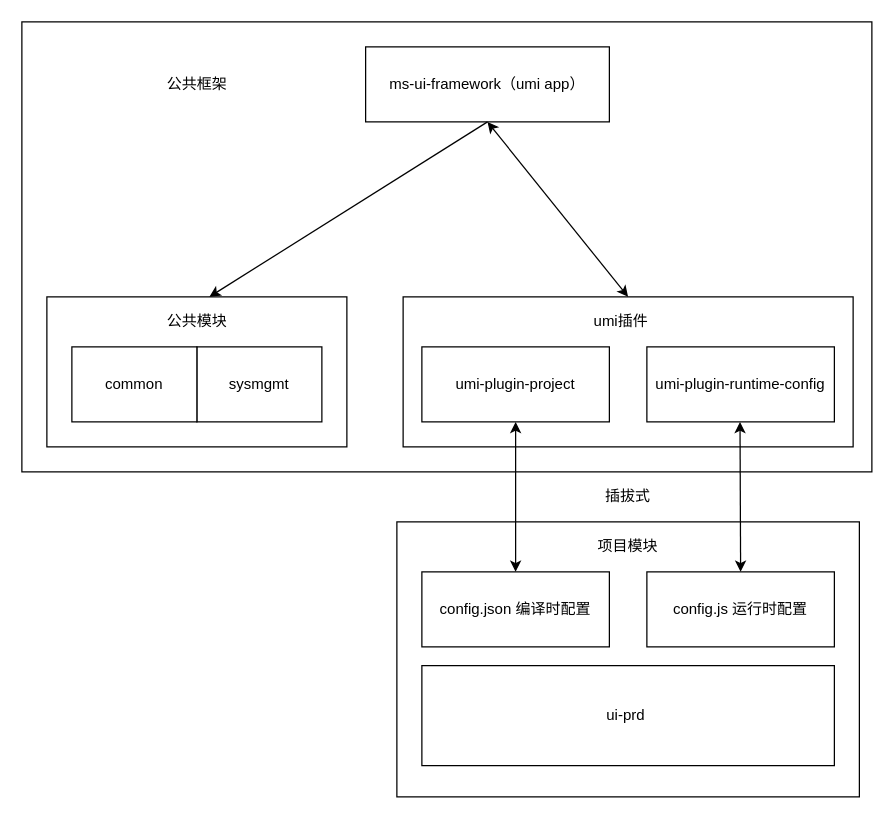
Before: draw/umi-plugin-project.drawio in yuanguandong/code, a draw.io diagram. Source tidied: cells renumbered, new cells numbered last; positions are measured from the earlier drawing's top-left corner, leaving out a move shared by most shapes. Both pictures are drawn from the tidied source at 125%, with x=0, y=0 at pixel (21, 21).
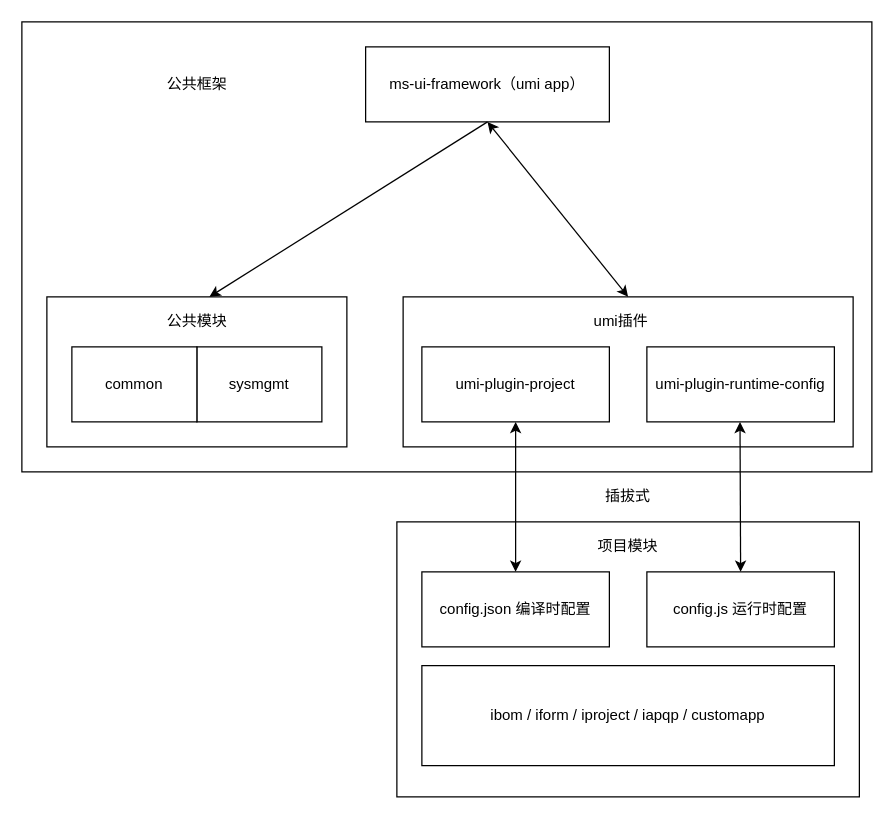
Above is the later version.

What changed in the source:
```diff
@@
-    <mxCell id="6" value="ui-prd&amp;nbsp;" style="rounded=0;whiteSpace=wrap;html=1;" parent="1" vertex="1">
+    <mxCell id="6" value="ibom / iform / iproject / iapqp / customapp" style="rounded=0;whiteSpace=wrap;html=1;" parent="1" vertex="1">
       <mxGeometry x="320" y="515" width="330" height="80" as="geometry" />
     </mxCell>
```
